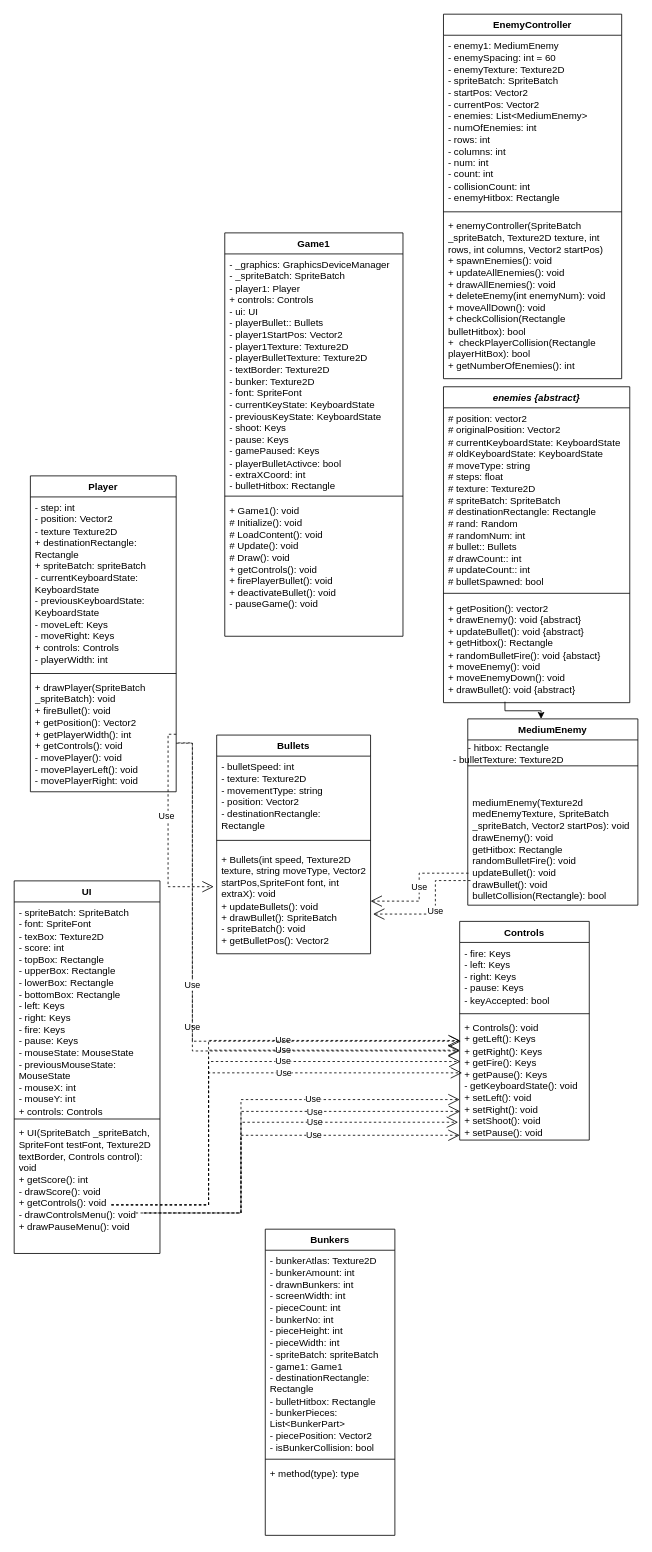
This is draw.io diagrams/classDiagrams-EMS-HP.drawio from Ferogreywolf7/Alien-Attack, a draw.io file, before an edit. Source tidied: cells renumbered, new cells numbered last; positions are measured from the earlier drawing's top-left corner, leaving out a move shared by most shapes. Both pictures are drawn from the tidied source at 81%, with x=0, y=0 at pixel (14, 14).
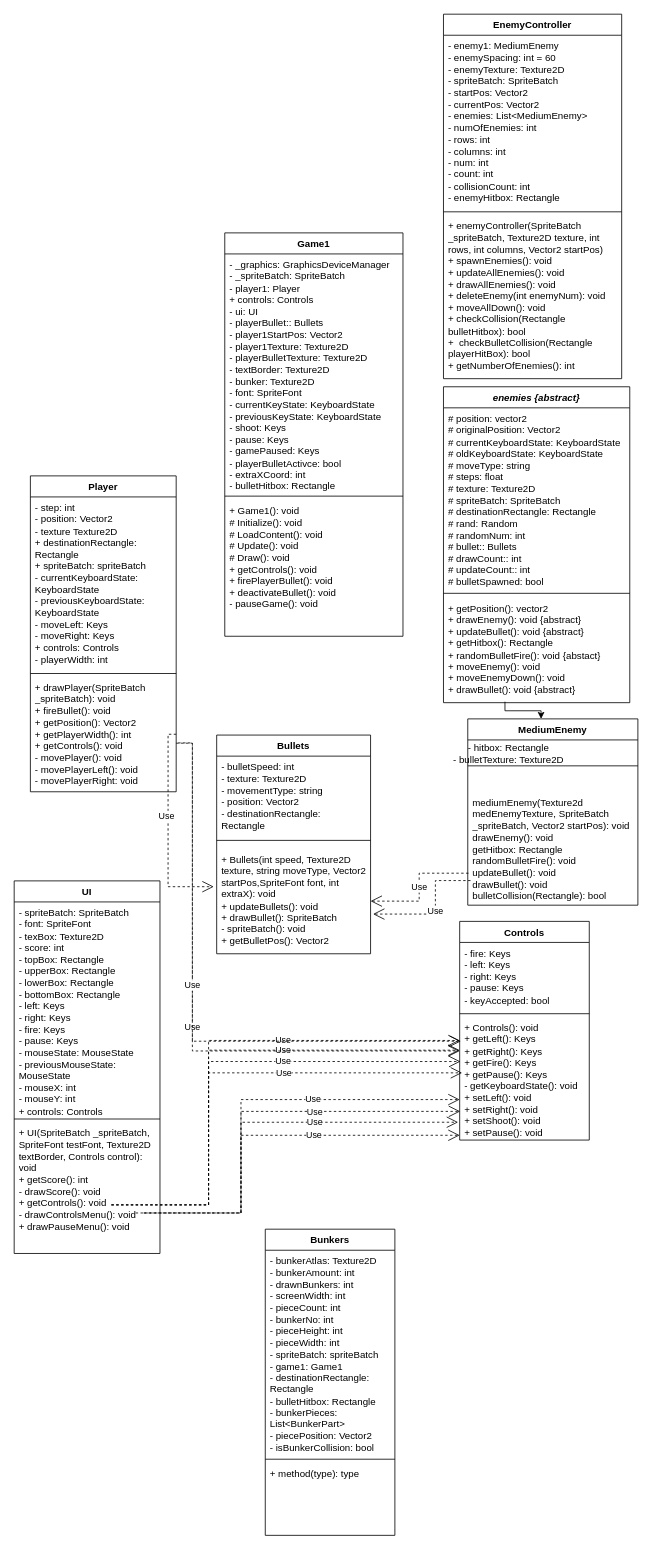
Above is the later version.

The change refers to these unchanged cells:
```xml
<mxCell id="39" value="EnemyController" style="swimlane;fontStyle=1;align=center;verticalAlign=top;horizontal=1;startSize=26;whiteSpace=wrap;html=1;" parent="1" vertex="1">
  <mxGeometry x="530" width="220" height="450" as="geometry" />
</mxCell>
```

Change to the diagram source:
```diff
@@
-    <mxCell id="42" value="&lt;div&gt;+ enemyController(SpriteBatch _spriteBatch, Texture2D texture, int rows, int columns, Vector2 startPos)&lt;br&gt;&lt;/div&gt;&lt;div&gt;+ spawnEnemies(): void&lt;/div&gt;&lt;div&gt;+ updateAllEnemies(): void&lt;/div&gt;&lt;div&gt;+ drawAllEnemies(): void&lt;/div&gt;&lt;div&gt;+ deleteEnemy(int enemyNum): void&lt;/div&gt;&lt;div&gt;+ moveAllDown(): void&lt;/div&gt;&lt;div&gt;+ checkCollision(Rectangle bulletHitbox): bool&lt;/div&gt;&lt;div&gt;+&amp;nbsp; checkPlayerCollision(Rectangle playerHitBox): bool&lt;/div&gt;&lt;div&gt;+ getNumberOfEnemies(): int&lt;br&gt;&lt;/div&gt;" style="text;strokeColor=none;fillColor=none;align=left;verticalAlign=top;spacingLeft=4;spacingRight=4;overflow=hidden;whiteSpace=wrap;html=1;" parent="39" vertex="1">
+    <mxCell id="42" value="&lt;div&gt;+ enemyController(SpriteBatch _spriteBatch, Texture2D texture, int rows, int columns, Vector2 startPos)&lt;br&gt;&lt;/div&gt;&lt;div&gt;+ spawnEnemies(): void&lt;/div&gt;&lt;div&gt;+ updateAllEnemies(): void&lt;/div&gt;&lt;div&gt;+ drawAllEnemies(): void&lt;/div&gt;&lt;div&gt;+ deleteEnemy(int enemyNum): void&lt;/div&gt;&lt;div&gt;+ moveAllDown(): void&lt;/div&gt;&lt;div&gt;+ checkCollision(Rectangle bulletHitbox): bool&lt;/div&gt;&lt;div&gt;+&amp;nbsp; checkBulletCollision(Rectangle playerHitBox): bool&lt;/div&gt;&lt;div&gt;+ getNumberOfEnemies(): int&lt;br&gt;&lt;/div&gt;" style="text;strokeColor=none;fillColor=none;align=left;verticalAlign=top;spacingLeft=4;spacingRight=4;overflow=hidden;whiteSpace=wrap;html=1;" parent="39" vertex="1">
       <mxGeometry y="248" width="220" height="202" as="geometry" />
     </mxCell>
```
